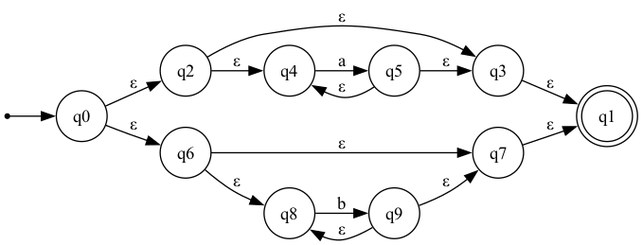
Above: labs/lab4/pngout/nfa_001.png in AscencioSIUU/TeoriaComputacion (Graphviz), before the change. Its source is kept beside it as labs/lab4/dotout/nfa_001.dot.
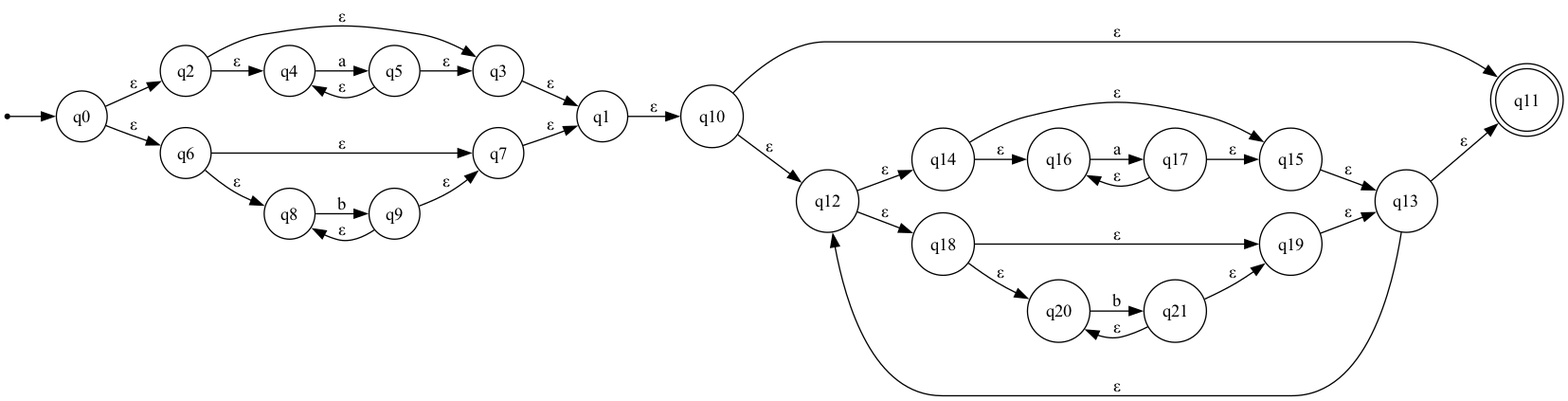
After the commit.

Diff of the diagram source:
```diff
@@ -3,8 +3,9 @@
   node [shape=circle];
   s [shape=point];
   s -> q0;
-  q1 [shape=doublecircle];
+  q11 [shape=doublecircle];
   q0;
+  q1;
   q2;
   q3;
   q4;
@@ -13,8 +14,20 @@
   q7;
   q8;
   q9;
+  q10;
+  q12;
+  q13;
+  q14;
+  q15;
+  q16;
+  q17;
+  q18;
+  q19;
+  q20;
+  q21;
   q0 -> q2 [label="ε"];
   q0 -> q6 [label="ε"];
+  q1 -> q10 [label="ε"];
   q2 -> q4 [label="ε"];
   q2 -> q3 [label="ε"];
   q3 -> q1 [label="ε"];
@@ -27,4 +40,22 @@
   q8 -> q9 [label="b"];
   q9 -> q8 [label="ε"];
   q9 -> q7 [label="ε"];
+  q10 -> q12 [label="ε"];
+  q10 -> q11 [label="ε"];
+  q12 -> q14 [label="ε"];
+  q12 -> q18 [label="ε"];
+  q13 -> q12 [label="ε"];
+  q13 -> q11 [label="ε"];
+  q14 -> q16 [label="ε"];
+  q14 -> q15 [label="ε"];
+  q15 -> q13 [label="ε"];
+  q16 -> q17 [label="a"];
+  q17 -> q16 [label="ε"];
+  q17 -> q15 [label="ε"];
+  q18 -> q20 [label="ε"];
+  q18 -> q19 [label="ε"];
+  q19 -> q13 [label="ε"];
+  q20 -> q21 [label="b"];
+  q21 -> q20 [label="ε"];
+  q21 -> q19 [label="ε"];
 }
```
